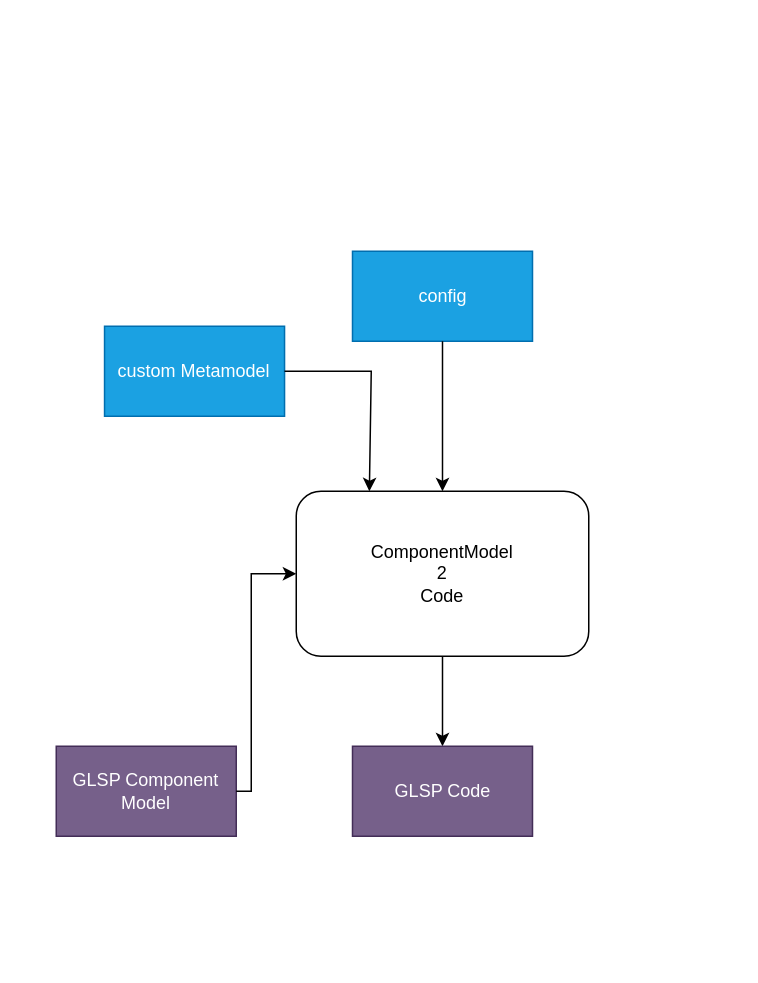
Earlier version of the draw.io diagram page "Seite-6" (6 of 7) of diagrams/componentDiagram.drawio (Botchi24/glsp). Source tidied: cells renumbered, new cells numbered last; positions are measured from the earlier drawing's top-left corner, leaving out a move shared by most shapes. Both pictures are drawn from the tidied source at 150%, with x=0, y=0 at pixel (56, 250).
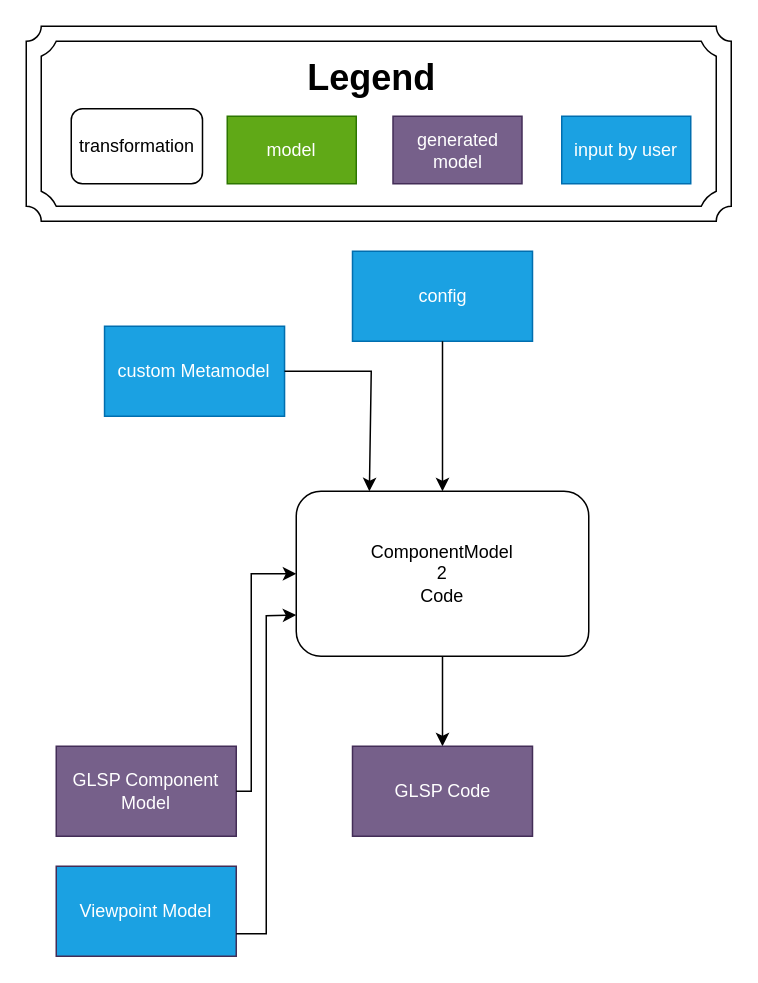
Above is the later version.

The change refers to these unchanged cells:
```xml
<mxCell id="4" value="&lt;div&gt;ComponentModel&lt;/div&gt;&lt;div&gt;2&lt;/div&gt;&lt;div&gt;Code&lt;br&gt;&lt;/div&gt;" style="rounded=1;whiteSpace=wrap;html=1;" parent="1" vertex="1">
  <mxGeometry x="160" y="160" width="195" height="110" as="geometry" />
</mxCell>
```

Diff of the diagram source:
```diff
@@
+    <mxCell id="11" value="Viewpoint Model" style="rounded=0;whiteSpace=wrap;html=1;fillColor=#1ba1e2;fontColor=#ffffff;strokeColor=#432D57;" parent="1" vertex="1">
+      <mxGeometry y="410" width="120" height="60" as="geometry" />
+    </mxCell>
+    <mxCell id="12" style="endArrow=classic;html=1;rounded=0;entryX=0;entryY=0.75;entryDx=0;entryDy=0;noEdgeStyle=1;orthogonal=1;exitX=1;exitY=0.75;exitDx=0;exitDy=0;" parent="1" edge="1" source="11" target="4">
+      <mxGeometry relative="1" as="geometry">
+        <Array as="points">
+          <mxPoint x="140" y="455" />
+          <mxPoint x="140" y="243" />
+        </Array>
+      </mxGeometry>
+    </mxCell>
+    <mxCell id="13" style="verticalLabelPosition=bottom;verticalAlign=top;html=1;shape=mxgraph.basic.plaque_frame;dx=10;whiteSpace=wrap;" parent="1" vertex="1">
+      <mxGeometry x="-20" y="-150" width="470" height="130" as="geometry" />
+    </mxCell>
+    <mxCell id="14" value="transformation" style="rounded=1;whiteSpace=wrap;html=1;" parent="1" vertex="1">
+      <mxGeometry x="10" y="-95" width="87.5" height="50" as="geometry" />
+    </mxCell>
+    <mxCell id="15" value="model" style="rounded=0;whiteSpace=wrap;html=1;fillColor=#60a917;fontColor=#ffffff;strokeColor=#2D7600;" parent="1" vertex="1">
+      <mxGeometry x="114" y="-90" width="86" height="45" as="geometry" />
+    </mxCell>
+    <mxCell id="16" value="generated model" style="rounded=0;whiteSpace=wrap;html=1;fillColor=#76608a;fontColor=#ffffff;strokeColor=#432D57;" parent="1" vertex="1">
+      <mxGeometry x="224.5" y="-90" width="86" height="45" as="geometry" />
+    </mxCell>
+    <mxCell id="17" value="input by user" style="rounded=0;whiteSpace=wrap;html=1;fillColor=#1ba1e2;fontColor=#ffffff;strokeColor=#006EAF;" parent="1" vertex="1">
+      <mxGeometry x="337" y="-90" width="86" height="45" as="geometry" />
+    </mxCell>
+    <mxCell id="18" value="Legend" style="text;strokeColor=none;fillColor=none;html=1;fontSize=24;fontStyle=1;verticalAlign=middle;align=center;" parent="1" vertex="1">
+      <mxGeometry x="160" y="-135" width="100" height="40" as="geometry" />
+    </mxCell>
```
